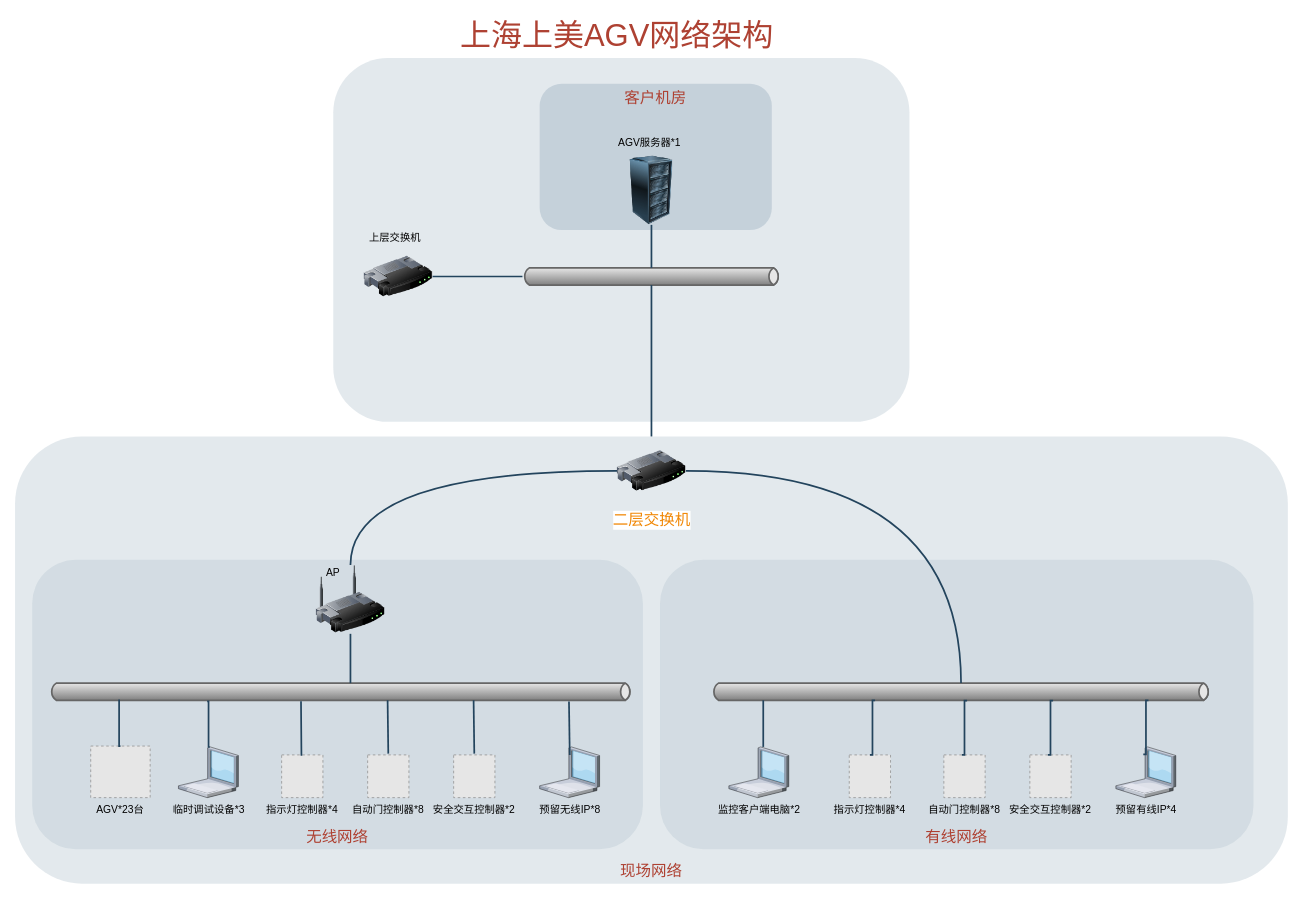
The draw.io diagram data/未命名绘图.drawio in chenyanxi/hosts, before the edit. Source tidied: cells renumbered, new cells numbered last; positions are measured from the earlier drawing's top-left corner, leaving out a move shared by most shapes. Both pictures are drawn from the tidied source at 86%, with x=0, y=0 at pixel (15, 15). Pictures stored in the file or linked from it are replaced by grey dashed boxes.
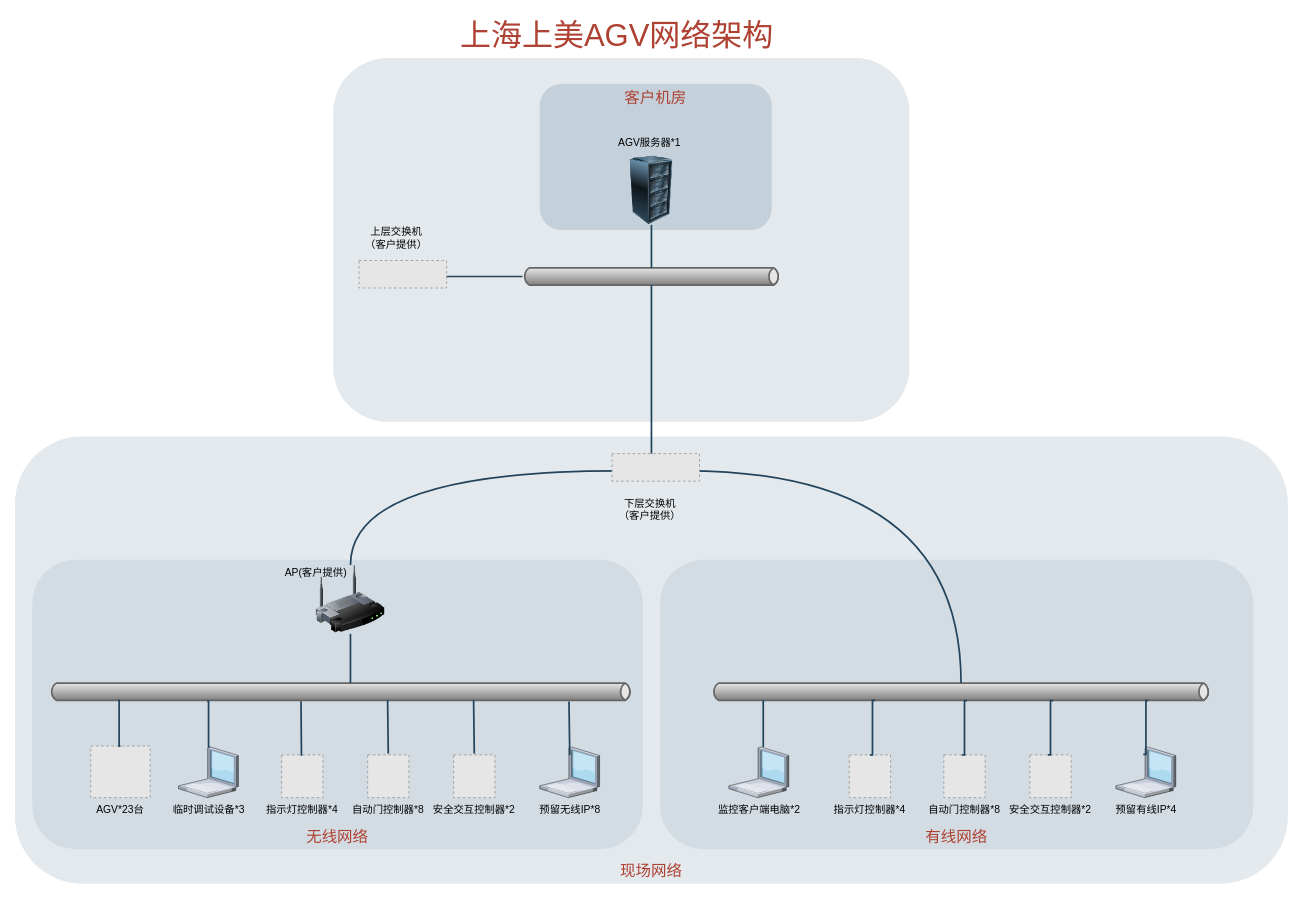
The same diagram, later.

Commit message (it also covers changes not shown here):
更新未命名绘图.drawio

The change refers to these unchanged cells:
```xml
<mxCell id="8" style="strokeWidth=2;strokeColor=#666666;dashed=0;align=center;html=1;fontSize=8;shape=mxgraph.eip.messageChannel;shadow=0;fillColor=#FFFFFF;gradientColor=none;fontColor=#F08705;fontStyle=0;" parent="1" vertex="1">
  <mxGeometry x="590" y="294" width="300" height="20" as="geometry" />
</mxCell>
<mxCell id="10" style="image;html=1;image=img/lib/clip_art/networking/Wireless_Router_128x128.png;shadow=0;strokeColor=#000000;fillColor=#FFFFFF;gradientColor=none;fontSize=18;fontColor=#F08705;fontStyle=0;" parent="1" vertex="1">
  <mxGeometry x="350" y="639.5" width="80" height="80" as="geometry" />
</mxCell>
<mxCell id="13" style="strokeWidth=2;strokeColor=#666666;dashed=0;align=center;html=1;fontSize=8;shape=mxgraph.eip.messageChannel;shadow=0;fillColor=#FFFFFF;gradientColor=none;fontColor=#F08705;fontStyle=0;" parent="1" vertex="1">
  <mxGeometry x="810" y="776.8" width="580" height="20" as="geometry" />
</mxCell>
```

What changed in the source:
```diff
@@
-    <mxCell id="9" value="二层交换机" style="image;html=1;image=img/lib/clip_art/networking/Router_128x128.png;shadow=0;strokeColor=#000000;fillColor=#FFFFFF;gradientColor=none;fontSize=18;fontColor=#F08705;fontStyle=0;" parent="1" vertex="1">
-      <mxGeometry x="700" y="490" width="80" height="80" as="geometry" />
-    </mxCell>
@@
-    <mxCell id="11" style="edgeStyle=orthogonalEdgeStyle;rounded=0;html=1;fontSize=18;fontColor=#F08705;endArrow=none;endFill=0;strokeColor=#23445D;strokeWidth=2;curved=1;fontStyle=0;" parent="1" edge="1" source="9" target="10">
-      <mxGeometry relative="1" as="geometry" />
+    <mxCell id="11" style="edgeStyle=orthogonalEdgeStyle;rounded=0;html=1;fontSize=18;fontColor=#F08705;endArrow=none;endFill=0;strokeColor=#23445D;strokeWidth=2;curved=1;fontStyle=0;" parent="1" edge="1" target="10">
+      <mxGeometry relative="1" as="geometry">
+        <mxPoint x="700" y="530" as="sourcePoint" />
+      </mxGeometry>
     </mxCell>
@@
-    <mxCell id="15" style="edgeStyle=elbowEdgeStyle;strokeWidth=2;rounded=0;endArrow=none;startArrow=none;startSize=10;endSize=10;dashed=0;html=1;strokeColor=#23445D;fontSize=18;fontColor=#F08705;startFill=0;endFill=0;fontStyle=0;" parent="1" edge="1" source="8" target="9">
+    <mxCell id="15" style="edgeStyle=elbowEdgeStyle;strokeWidth=2;rounded=0;endArrow=none;startArrow=none;startSize=10;endSize=10;dashed=0;html=1;strokeColor=#23445D;fontSize=18;fontColor=#F08705;startFill=0;endFill=0;fontStyle=0;entryX=0.451;entryY=0.313;entryDx=0;entryDy=0;entryPerimeter=0;" parent="1" edge="1" source="8" target="49">
       <mxGeometry relative="1" as="geometry" />
     </mxCell>
@@
-    <mxCell id="17" style="image;html=1;image=img/lib/clip_art/networking/Router_128x128.png;shadow=0;strokeColor=#000000;fillColor=#FFFFFF;gradientColor=none;fontSize=18;fontColor=#F08705;fontStyle=0;" parent="1" vertex="1">
-      <mxGeometry x="405.5" y="264" width="80" height="80" as="geometry" />
-    </mxCell>
-    <mxCell id="18" style="edgeStyle=elbowEdgeStyle;strokeWidth=2;rounded=0;endArrow=none;startArrow=none;startSize=10;endSize=10;dashed=0;html=1;strokeColor=#23445D;fontSize=18;fontColor=#F08705;startFill=0;endFill=0;fontStyle=0;" parent="1" edge="1" source="17" target="8">
-      <mxGeometry relative="1" as="geometry" />
+    <mxCell id="18" style="edgeStyle=elbowEdgeStyle;strokeWidth=2;rounded=0;endArrow=none;startArrow=none;startSize=10;endSize=10;dashed=0;html=1;strokeColor=#23445D;fontSize=18;fontColor=#F08705;startFill=0;endFill=0;fontStyle=0;" parent="1" edge="1" target="8">
+      <mxGeometry relative="1" as="geometry">
+        <mxPoint x="485.5" y="304" as="sourcePoint" />
+      </mxGeometry>
     </mxCell>
@@
-    <mxCell id="22" value="上层交换机" style="text;html=1;align=center;verticalAlign=middle;whiteSpace=wrap;rounded=0;" parent="1" vertex="1">
-      <mxGeometry x="405.5" y="244" width="72" height="30" as="geometry" />
+    <mxCell id="22" value="上层交换机（客户提供）" style="text;html=1;align=center;verticalAlign=middle;whiteSpace=wrap;rounded=0;" parent="1" vertex="1">
+      <mxGeometry x="405.5" y="244" width="74.5" height="30" as="geometry" />
     </mxCell>
-    <mxCell id="23" value="AP" style="text;html=1;align=center;verticalAlign=middle;whiteSpace=wrap;rounded=0;" parent="1" vertex="1">
-      <mxGeometry x="340" y="633.5" width="60" height="30" as="geometry" />
+    <mxCell id="23" value="AP(客户提供)" style="text;html=1;align=center;verticalAlign=middle;whiteSpace=wrap;rounded=0;" parent="1" vertex="1">
+      <mxGeometry x="310" y="633.5" width="80" height="30" as="geometry" />
     </mxCell>
@@
-    <mxCell id="36" style="edgeStyle=orthogonalEdgeStyle;rounded=0;html=1;fontSize=18;fontColor=#F08705;endArrow=none;endFill=0;strokeColor=#23445D;strokeWidth=2;curved=1;fontStyle=0;exitX=1;exitY=0.5;exitDx=0;exitDy=0;" parent="1" edge="1" source="9" target="13">
-      <mxGeometry relative="1" as="geometry" />
+    <mxCell id="36" style="edgeStyle=orthogonalEdgeStyle;rounded=0;html=1;fontSize=18;fontColor=#F08705;endArrow=none;endFill=0;strokeColor=#23445D;strokeWidth=2;curved=1;fontStyle=0;exitX=1;exitY=0.5;exitDx=0;exitDy=0;" parent="1" edge="1" target="13">
+      <mxGeometry relative="1" as="geometry">
+        <mxPoint x="780" y="530" as="sourcePoint" />
+      </mxGeometry>
     </mxCell>
@@
+    <mxCell id="47" value="下层交换机（客户提供）" style="text;html=1;align=center;verticalAlign=middle;whiteSpace=wrap;rounded=0;" parent="1" vertex="1">
+      <mxGeometry x="700.8" y="560" width="74.5" height="30" as="geometry" />
+    </mxCell>
+    <mxCell id="48" style="fillColor=#E6E6E6;strokeColor=#999999;dashed=1;verticalLabelPosition=bottom;verticalAlign=top;" parent="1" vertex="1">
+      <mxGeometry x="400" y="285.4" width="101.8" height="32" as="geometry" />
+    </mxCell>
+    <mxCell id="49" style="fillColor=#E6E6E6;strokeColor=#999999;dashed=1;verticalLabelPosition=bottom;verticalAlign=top;" parent="1" vertex="1">
+      <mxGeometry x="694.1" y="510" width="101.8" height="32" as="geometry" />
+    </mxCell>
```
